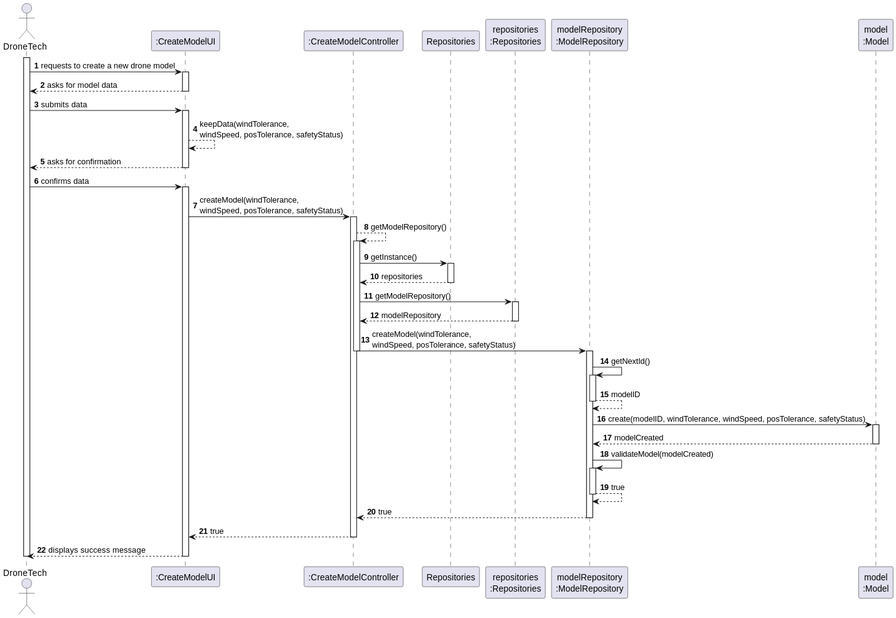
The PlantUML diagram docs/SPRINT_2/US240/images/sequence_diagram_us240.svg in diogoveirospro/sem4pi-2024-2025-sem4pi_2024_2025_g44, before a commit.
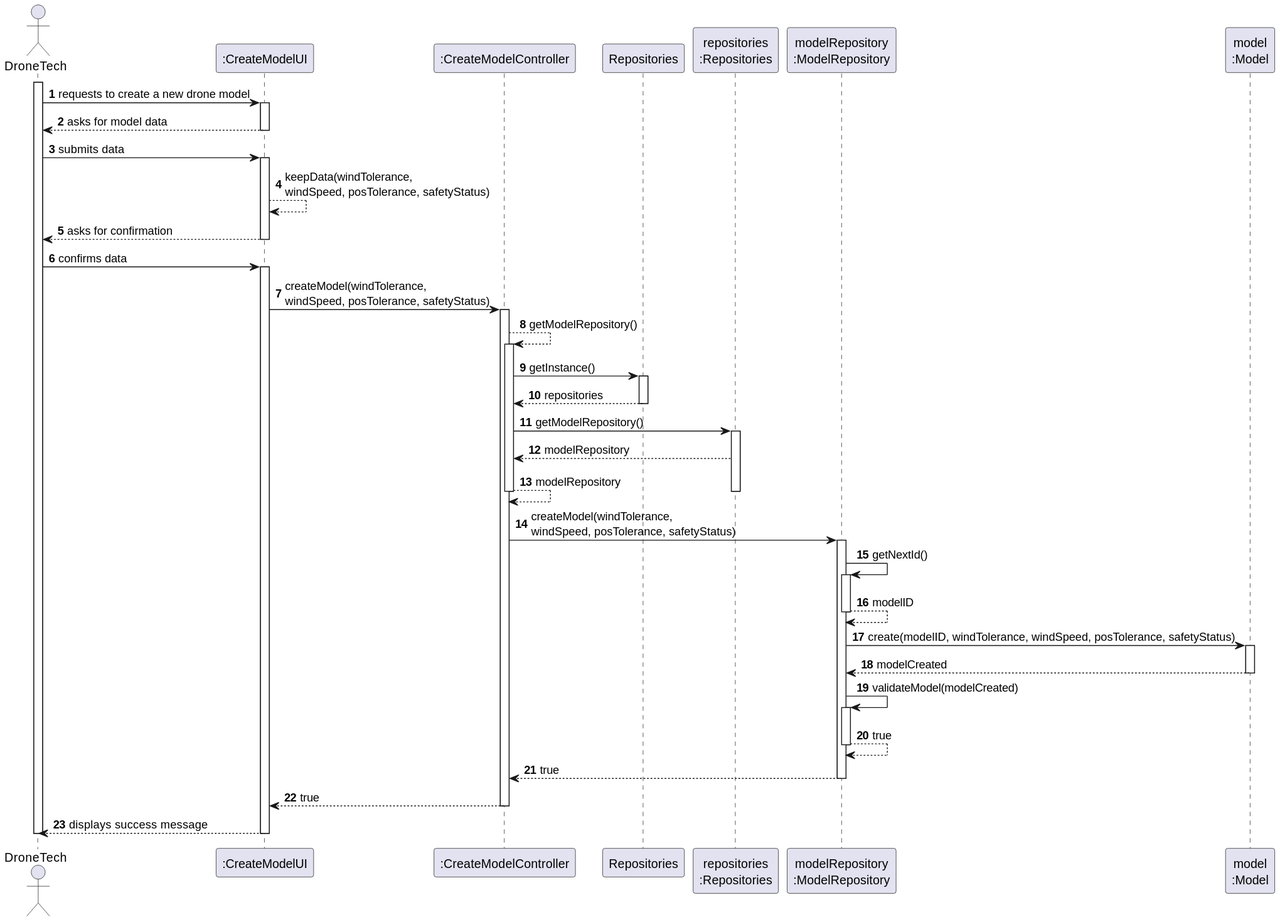
Later version of the same file.

What changed in the source:
```diff
@@ -38,9 +38,11 @@
         CTRL -> REPOS_SINGLETON : getModelRepository()
         activate REPOS_SINGLETON
             REPOS_SINGLETON --> CTRL : modelRepository
+        CTRL -->CTRL : modelRepository
         deactivate REPOS_SINGLETON
+        deactivate CTRL
             CTRL -> MOD_REPO : createModel(windTolerance, \nwindSpeed, posTolerance, safetyStatus)
-            deactivate CTRL
+
             activate MOD_REPO
         MOD_REPO -> MOD_REPO : getNextId()
         activate MOD_REPO
```
